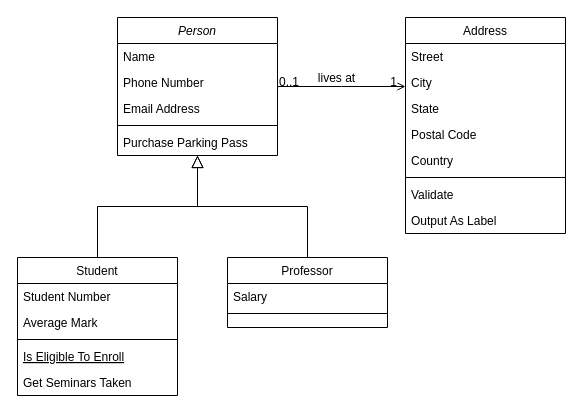
This is Untitled Diagram.drawio from Prasinooo/diagramio-demo, a draw.io file, before an edit. Source tidied: cells renumbered, new cells numbered last; positions are measured from the earlier drawing's top-left corner, leaving out a move shared by most shapes. Both pictures are drawn from the tidied source at 100%, with x=0, y=0 at pixel (17, 17).
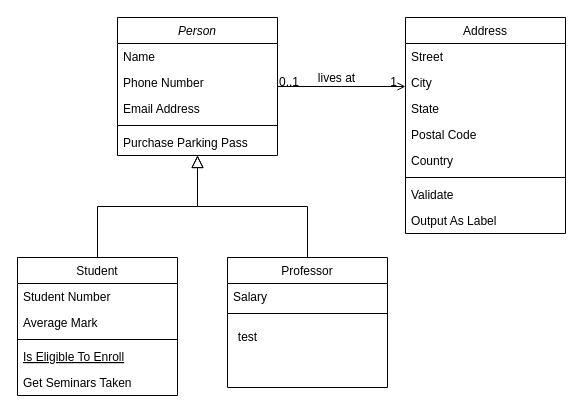
After the change.

Change to the diagram source:
```diff
@@
     <mxCell id="15" value="Professor" style="swimlane;fontStyle=0;align=center;verticalAlign=top;horizontal=1;startSize=26;rounded=0;shadow=0;strokeWidth=1;" parent="1" vertex="1">
-      <mxGeometry x="210" y="240" width="160" height="70" as="geometry" />
+      <mxGeometry x="210" y="240" width="160" height="130" as="geometry" />
     </mxCell>
@@
+    <mxCell id="32" value="test&lt;br&gt;" style="text;html=1;align=center;verticalAlign=middle;strokeColor=none;fillColor=none;" parent="1" vertex="1">
+      <mxGeometry x="210" y="310" width="40" height="20" as="geometry" />
+    </mxCell>
```
